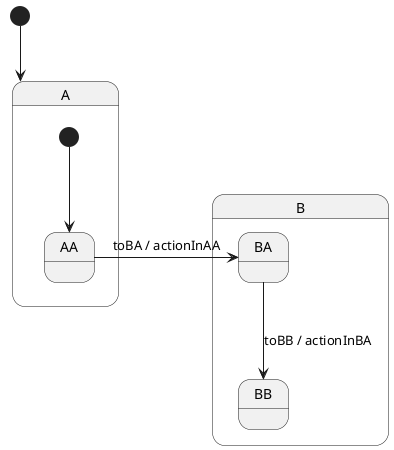
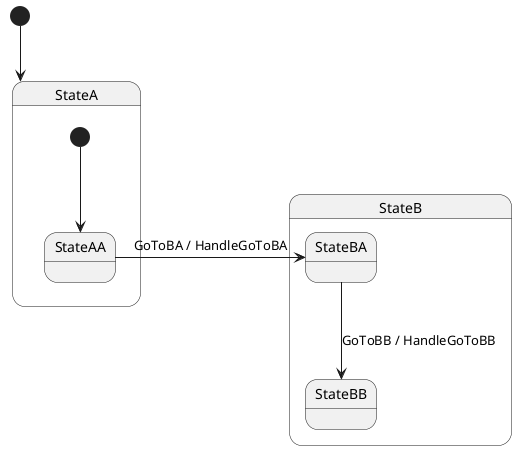
@startuml Substate To Substate
- state A {
+ state StateA {
 'implicit definition of a substate'
-   [*] --> AA
+   [*] --> StateAA
}

- state B {
+ state StateB {
 'implicit definition of substates'
-   BA --> BB: toBB / actionInBA
+   StateBA --> StateBB: GoToBB / HandleGoToBB
}

- [*] --> A
+ [*] --> StateA
' substate to substate transition '
- AA -> BA: toBA / actionInAA
+ StateAA -> StateBA: GoToBA / HandleGoToBA
@enduml
